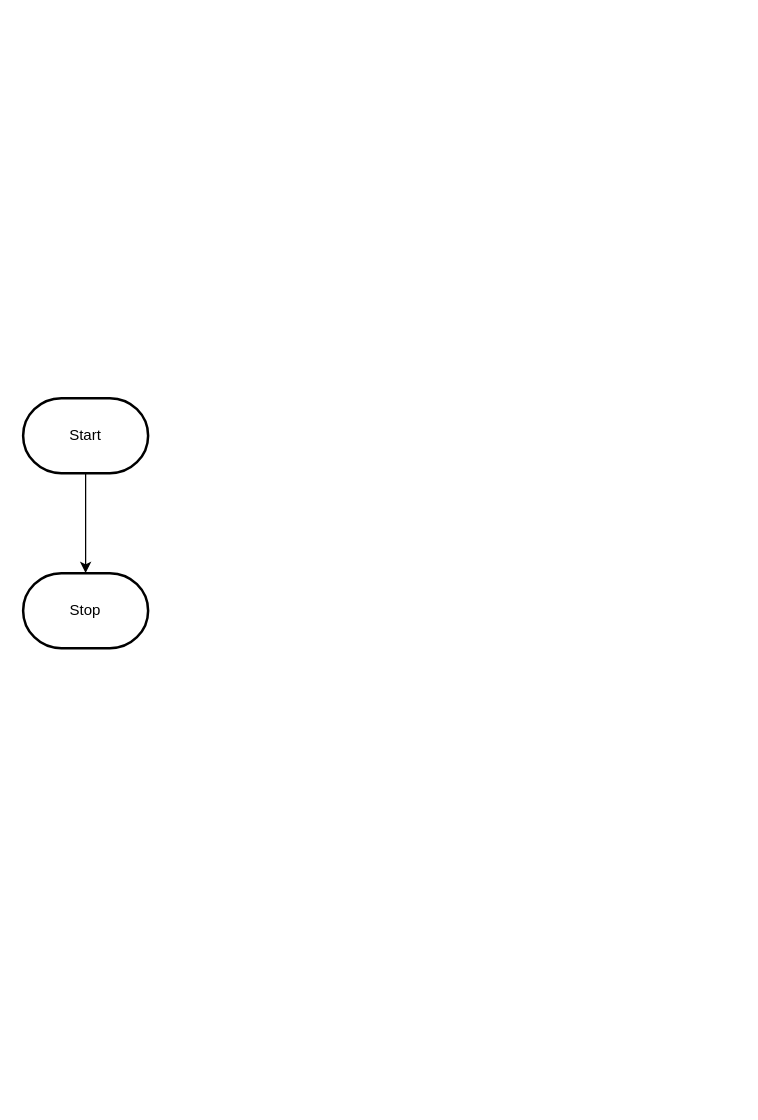
Earlier version of the draw.io diagram design/flowchart.drawio (MTHS-ICS2O-2-2022/ICS2O-Unit-5-04-alyssia-fung). Source tidied: cells renumbered, new cells numbered last; positions are measured from the earlier drawing's top-left corner, leaving out a move shared by most shapes. Both pictures are drawn from the tidied source at 125%, with x=0, y=0 at pixel (22, 398).
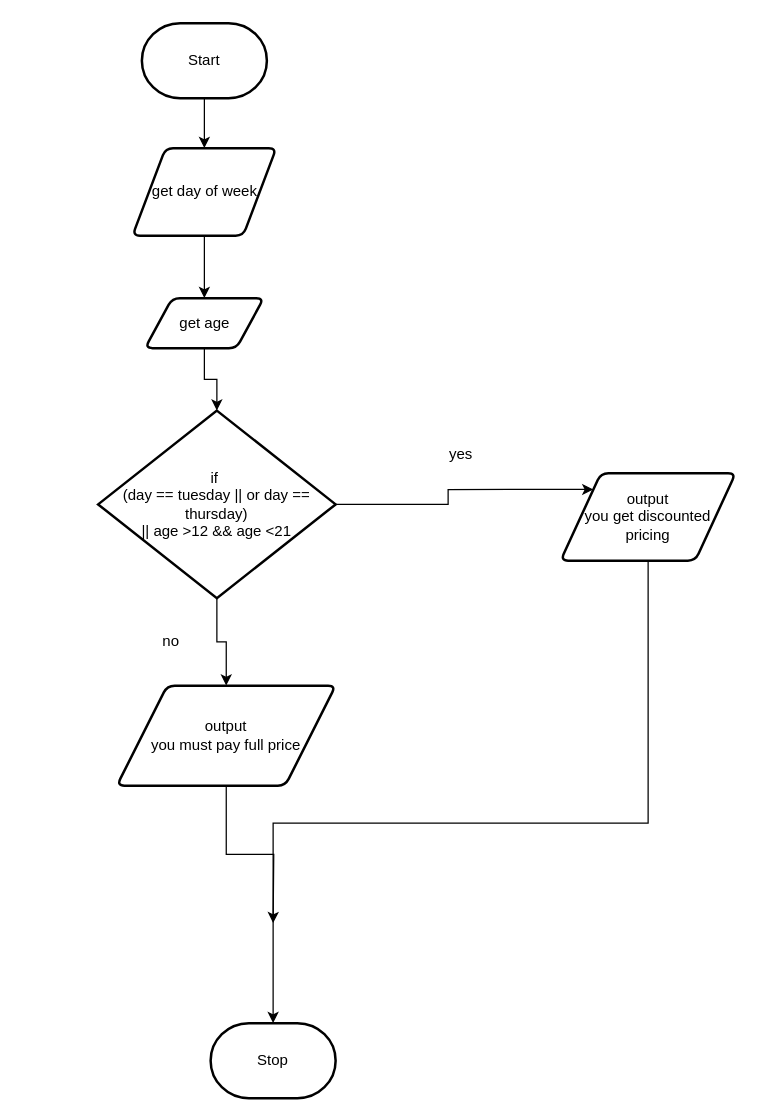
Above is the later version.

Change to the diagram source:
```diff
@@
-    <mxCell id="2" style="edgeStyle=orthogonalEdgeStyle;html=1;rounded=0;" parent="1" edge="1" source="3" target="4">
+    <mxCell id="2" style="edgeStyle=none;html=1;exitX=0.5;exitY=1;exitDx=0;exitDy=0;exitPerimeter=0;entryX=0.5;entryY=0;entryDx=0;entryDy=0;" parent="1" edge="1" source="3" target="6">
       <mxGeometry relative="1" as="geometry" />
     </mxCell>
     <mxCell id="3" value="Start" style="strokeWidth=2;html=1;shape=mxgraph.flowchart.terminator;whiteSpace=wrap;" parent="1" vertex="1">
-      <mxGeometry width="100" height="60" as="geometry" />
+      <mxGeometry x="95" y="-300" width="100" height="60" as="geometry" />
     </mxCell>
     <mxCell id="4" value="Stop" style="strokeWidth=2;html=1;shape=mxgraph.flowchart.terminator;whiteSpace=wrap;" parent="1" vertex="1">
-      <mxGeometry y="140" width="100" height="60" as="geometry" />
+      <mxGeometry x="150" y="500" width="100" height="60" as="geometry" />
     </mxCell>
+    <mxCell id="5" style="edgeStyle=none;html=1;exitX=0.5;exitY=1;exitDx=0;exitDy=0;entryX=0.5;entryY=0;entryDx=0;entryDy=0;" parent="1" edge="1" source="6" target="8">
+      <mxGeometry relative="1" as="geometry" />
+    </mxCell>
+    <mxCell id="6" value="get day of week" style="shape=parallelogram;html=1;strokeWidth=2;perimeter=parallelogramPerimeter;whiteSpace=wrap;rounded=1;arcSize=12;size=0.23;" parent="1" vertex="1">
+      <mxGeometry x="87.5" y="-200" width="115" height="70" as="geometry" />
+    </mxCell>
+    <mxCell id="7" style="edgeStyle=orthogonalEdgeStyle;rounded=0;html=1;exitX=0.5;exitY=1;exitDx=0;exitDy=0;entryX=0.5;entryY=0;entryDx=0;entryDy=0;entryPerimeter=0;" parent="1" edge="1" source="8" target="11">
+      <mxGeometry relative="1" as="geometry" />
+    </mxCell>
+    <mxCell id="8" value="get age" style="shape=parallelogram;html=1;strokeWidth=2;perimeter=parallelogramPerimeter;whiteSpace=wrap;rounded=1;arcSize=12;size=0.23;" parent="1" vertex="1">
+      <mxGeometry x="97.5" y="-80" width="95" height="40" as="geometry" />
+    </mxCell>
+    <mxCell id="9" style="edgeStyle=orthogonalEdgeStyle;rounded=0;html=1;" parent="1" edge="1" source="11" target="16">
+      <mxGeometry relative="1" as="geometry" />
+    </mxCell>
+    <mxCell id="10" style="edgeStyle=orthogonalEdgeStyle;rounded=0;html=1;entryX=0;entryY=0;entryDx=0;entryDy=0;fontSize=10;" parent="1" edge="1" source="11" target="14">
+      <mxGeometry relative="1" as="geometry" />
+    </mxCell>
+    <mxCell id="11" value="&lt;font style=&quot;font-size: 12px;&quot;&gt;if&amp;nbsp;&lt;br&gt;(day == tuesday || or day == thursday) &lt;br&gt;|| age &amp;gt;12 &amp;amp;&amp;amp; age &amp;lt;21&lt;/font&gt;" style="strokeWidth=2;html=1;shape=mxgraph.flowchart.decision;whiteSpace=wrap;" parent="1" vertex="1">
+      <mxGeometry x="60" y="10" width="190" height="150" as="geometry" />
+    </mxCell>
+    <mxCell id="12" value="yes" style="text;html=1;align=center;verticalAlign=middle;strokeColor=none;fillColor=none;" parent="1" vertex="1">
+      <mxGeometry x="330" y="30" width="40" height="30" as="geometry" />
+    </mxCell>
+    <mxCell id="13" style="edgeStyle=orthogonalEdgeStyle;rounded=0;html=1;exitX=0.5;exitY=1;exitDx=0;exitDy=0;entryX=0.5;entryY=0;entryDx=0;entryDy=0;entryPerimeter=0;" parent="1" edge="1" source="14" target="4">
+      <mxGeometry relative="1" as="geometry">
+        <Array as="points">
+          <mxPoint x="500" y="340" />
+          <mxPoint x="200" y="340" />
+        </Array>
+      </mxGeometry>
+    </mxCell>
+    <mxCell id="14" value="output&lt;br&gt;you get discounted pricing" style="shape=parallelogram;html=1;strokeWidth=2;perimeter=parallelogramPerimeter;whiteSpace=wrap;rounded=1;arcSize=12;size=0.23;" parent="1" vertex="1">
+      <mxGeometry x="430" y="60" width="140" height="70" as="geometry" />
+    </mxCell>
+    <mxCell id="15" style="edgeStyle=orthogonalEdgeStyle;rounded=0;html=1;" parent="1" edge="1" source="16">
+      <mxGeometry relative="1" as="geometry">
+        <mxPoint x="200" y="420" as="targetPoint" />
+      </mxGeometry>
+    </mxCell>
+    <mxCell id="16" value="output&lt;br&gt;you must pay full price" style="shape=parallelogram;html=1;strokeWidth=2;perimeter=parallelogramPerimeter;whiteSpace=wrap;rounded=1;arcSize=12;size=0.23;" parent="1" vertex="1">
+      <mxGeometry x="75" y="230" width="175" height="80" as="geometry" />
+    </mxCell>
+    <mxCell id="17" value="no" style="text;html=1;align=center;verticalAlign=middle;strokeColor=none;fillColor=none;" parent="1" vertex="1">
+      <mxGeometry x="97.5" y="180" width="40" height="30" as="geometry" />
+    </mxCell>
```
